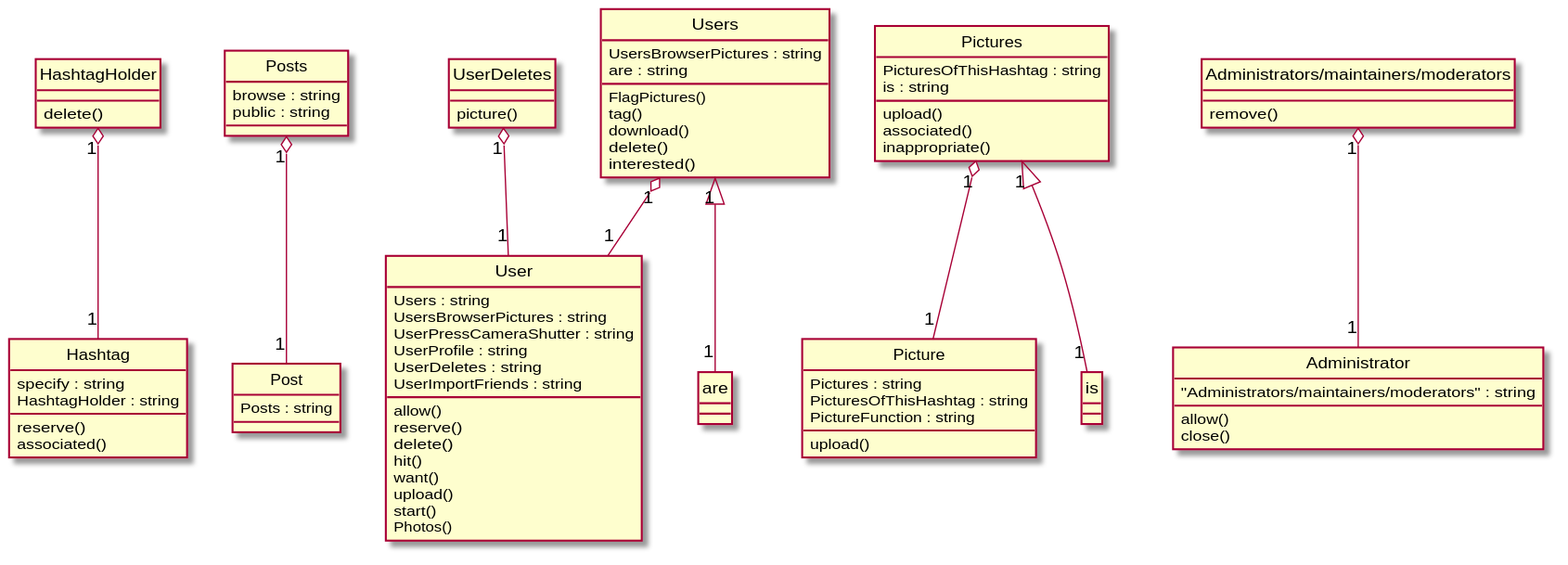
Before: Diagrams/2015-USC-Project01.svg, a diagram exported from PlantUML (xixixhalu/DomainModelExtractor).
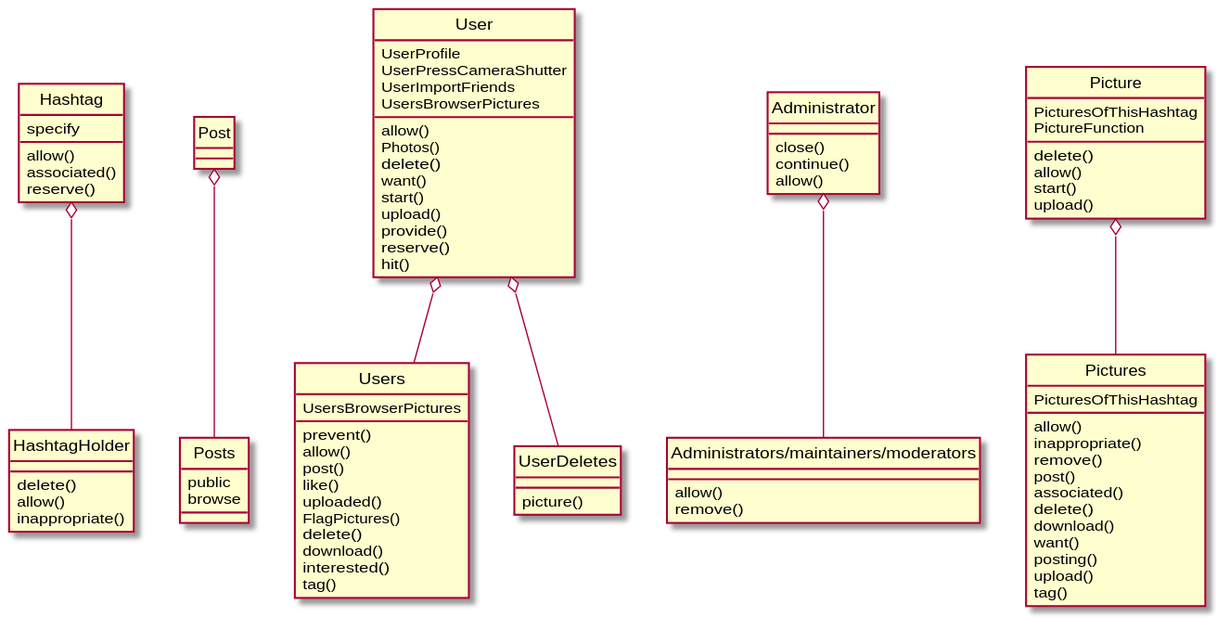
Later version of the same file.

Change to the diagram source:
```diff
@@ -1,76 +1,88 @@
 @startuml
 hide circle
 class Hashtag {
-	specify : string
-	HashtagHolder : string
+	specify
+	allow()
+	associated()
 	reserve()
-	associated()
 }
 class Posts {
-	browse : string
-	public : string
+	public
+	browse
 }
 class Users {
-	UsersBrowserPictures : string
-	are : string
+	UsersBrowserPictures
+	prevent()
+	allow()
+	post()
+	like()
+	uploaded()
 	FlagPictures()
+	delete()
+	download()
+	interested()
 	tag()
-	download()
-	delete()
-	interested()
+}
+class Administrator {
+	close()
+	continue()
+	allow()
 }
 class Post {
-	Posts : string
 }
 class Picture {
-	Pictures : string
-	PicturesOfThisHashtag : string
-	PictureFunction : string
+	PicturesOfThisHashtag
+	PictureFunction
+	delete()
+	allow()
+	start()
 	upload()
 }
 class Pictures {
-	PicturesOfThisHashtag : string
-	is : string
+	PicturesOfThisHashtag
+	allow()
+	inappropriate()
+	remove()
+	post()
+	associated()
+	delete()
+	download()
+	want()
+	posting()
 	upload()
-	associated()
-	inappropriate()
+	tag()
 }
 class User {
-	Users : string
-	UsersBrowserPictures : string
-	UserPressCameraShutter : string
-	UserProfile : string
-	UserDeletes : string
-	UserImportFriends : string
+	UserProfile
+	UserPressCameraShutter
+	UserImportFriends
+	UsersBrowserPictures
 	allow()
+	Photos()
+	delete()
+	want()
+	start()
+	upload()
+	provide()
 	reserve()
-	delete()
 	hit()
-	want()
-	upload()
-	start()
-	Photos()
-}
-class Administrator {
-	"Administrators/maintainers/moderators" : string
-	allow()
-	close()
-}
-class HashtagHolder {
-	delete()
-}
-class Administrators/maintainers/moderators {
-	remove()
 }
 class UserDeletes {
 	picture()
 }
-Posts "1" o-- "1" Post
-Pictures "1" o-- "1" Picture
-Users "1" o-- "1" User
-Pictures "1" <|-- "1" is
-UserDeletes "1" o-- "1" User
-Users "1" <|-- "1" are
-"Administrators/maintainers/moderators" "1" o-- "1" Administrator
-HashtagHolder "1" o-- "1" Hashtag
+class HashtagHolder {
+	delete()
+	allow()
+	inappropriate()
+}
+class Administrators/maintainers/moderators {
+	allow()
+	remove()
+}
+User o-- Users
+Administrator o-- "Administrators/maintainers/moderators"
+Hashtag o-- HashtagHolder
+User o-- UserDeletes
+Post o-- Posts
+Picture o-- Pictures
 @enduml
```
